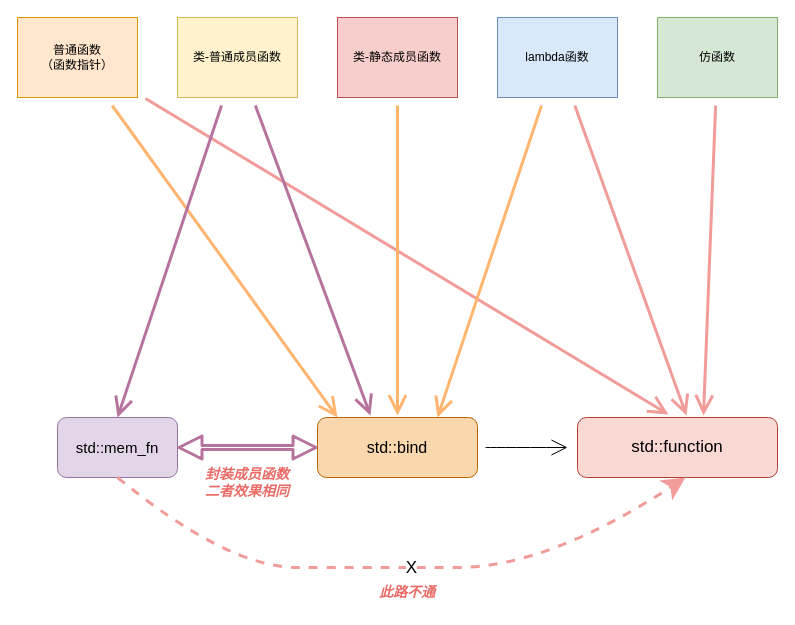
Before: functional.drawio in alanzhai219/code-snippet, a draw.io diagram. Source tidied: cells renumbered, new cells numbered last; positions are measured from the earlier drawing's top-left corner, leaving out a move shared by most shapes. Both pictures are drawn from the tidied source at 100%, with x=0, y=0 at pixel (17, 17).
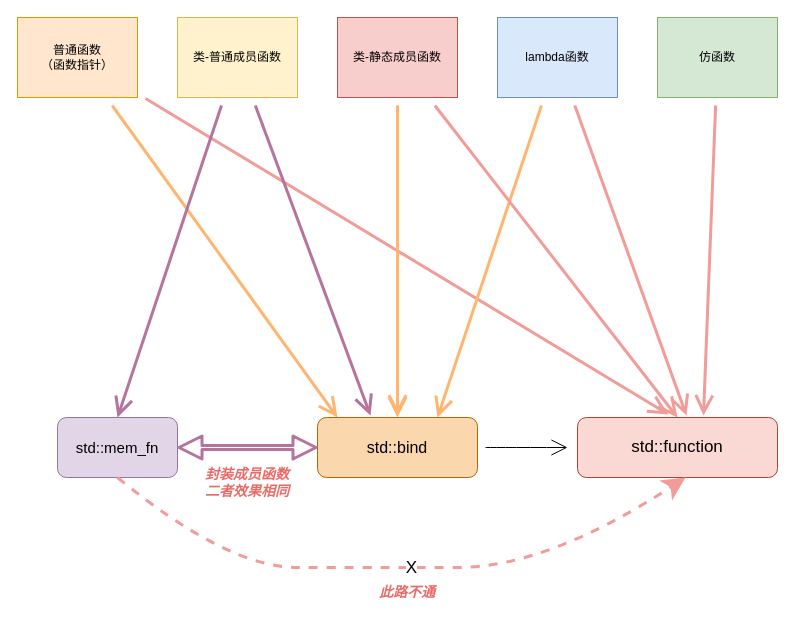
The same page after the edit.

The change refers to these unchanged cells:
```xml
<mxCell id="14" value="类-静态成员函数" style="rounded=0;whiteSpace=wrap;html=1;hachureGap=4;fillColor=#f8cecc;strokeColor=#b85450;" parent="1" vertex="1">
  <mxGeometry x="320" width="120" height="80" as="geometry" />
</mxCell>
<mxCell id="17" value="&lt;font style=&quot;font-size: 16px&quot;&gt;std::bind&lt;/font&gt;" style="rounded=1;whiteSpace=wrap;html=1;hachureGap=4;fillColor=#fad7ac;strokeColor=#b46504;sketch=0;glass=0;" parent="1" vertex="1">
  <mxGeometry x="300" y="400" width="160" height="60" as="geometry" />
</mxCell>
<mxCell id="18" value="&lt;font style=&quot;font-size: 17px&quot;&gt;std::function&lt;/font&gt;" style="rounded=1;whiteSpace=wrap;html=1;hachureGap=4;fillColor=#fad9d5;strokeColor=#ae4132;" parent="1" vertex="1">
  <mxGeometry x="560" y="400" width="200" height="60" as="geometry" />
</mxCell>
```

What changed in the source:
```diff
@@
+    <mxCell id="24" style="edgeStyle=none;curved=1;rounded=0;jettySize=auto;html=1;entryX=0.5;entryY=0;entryDx=0;entryDy=0;fontFamily=Helvetica;endArrow=open;startSize=14;endSize=14;sourcePerimeterSpacing=8;targetPerimeterSpacing=8;strokeColor=#F19C99;strokeWidth=3;" parent="1" edge="1" source="14" target="18">
+      <mxGeometry relative="1" as="geometry" />
+    </mxCell>
@@
+    <mxCell id="25" style="edgeStyle=none;curved=1;rounded=0;jettySize=auto;html=1;entryX=0.5;entryY=0;entryDx=0;entryDy=0;fontFamily=Helvetica;endArrow=open;startSize=14;endSize=14;sourcePerimeterSpacing=8;targetPerimeterSpacing=8;strokeColor=#FFB570;strokeWidth=3;fillColor=#fad7ac;" parent="1" edge="1" source="14" target="17">
+      <mxGeometry relative="1" as="geometry" />
+    </mxCell>
```
